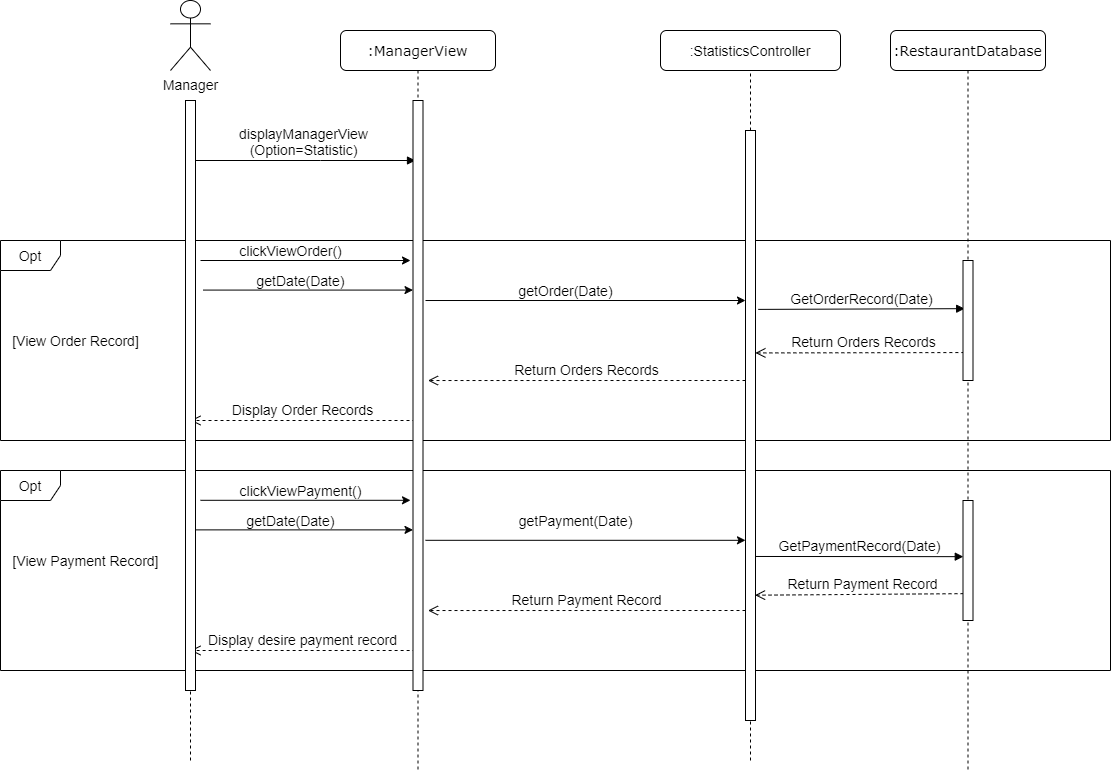
The draw.io diagram Task 2/Task 2.2/View-statistic Sequence.png in phuc16/CNPM, before a commit. Source tidied: cells renumbered, new cells last; positions are measured from the earlier drawing's top-left corner, leaving out a move shared by most shapes.
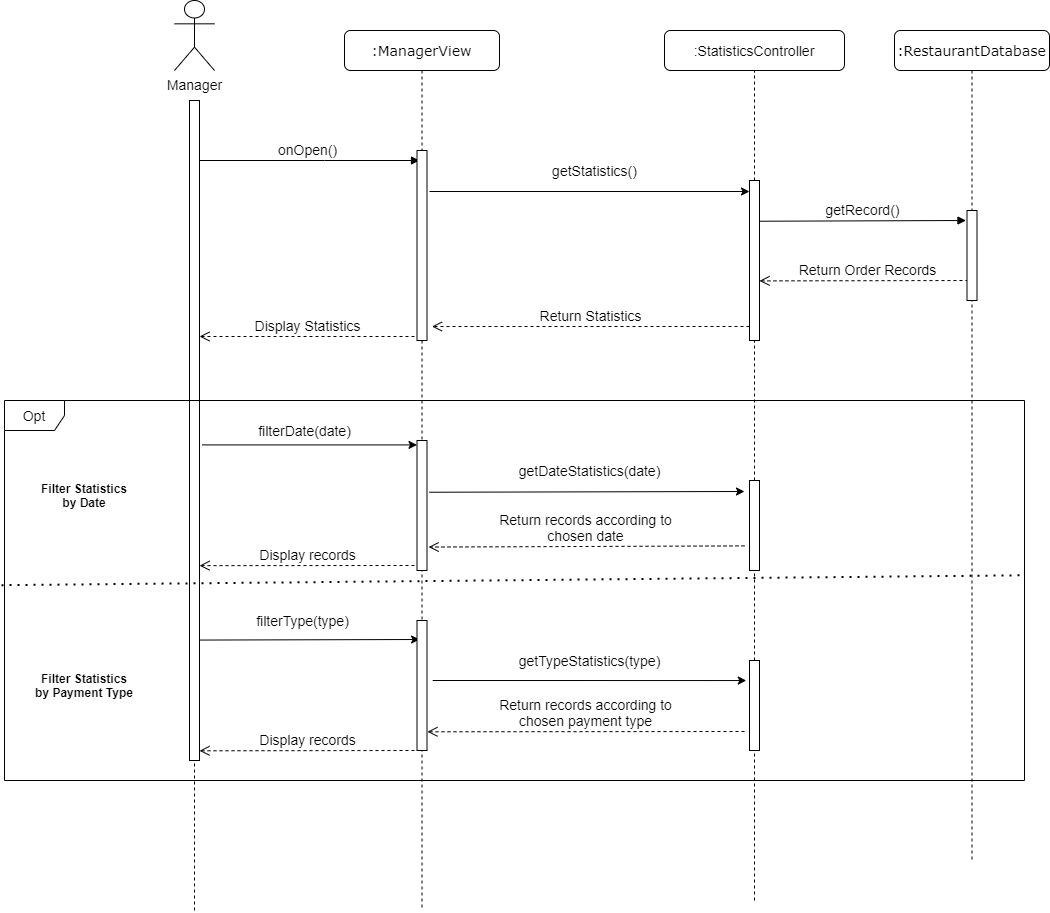
After the change.

Change to the diagram source:
```diff
@@ -2,12 +2,6 @@
   <root>
     <mxCell id="0" />
     <mxCell id="1" parent="0" />
-    <mxCell id="2" value="Opt" style="shape=umlFrame;whiteSpace=wrap;html=1;fontSize=14;" parent="1" vertex="1">
-      <mxGeometry y="470" width="1110" height="200" as="geometry" />
-    </mxCell>
-    <mxCell id="3" value="Opt" style="shape=umlFrame;whiteSpace=wrap;html=1;fontSize=14;" parent="1" vertex="1">
-      <mxGeometry y="240" width="1110" height="200" as="geometry" />
-    </mxCell>
     <mxCell id="4" value="Manager" style="shape=umlActor;verticalLabelPosition=bottom;verticalAlign=top;html=1;fontSize=14;" parent="1" vertex="1">
       <mxGeometry x="170" width="40" height="70" as="geometry" />
     </mxCell>
@@ -16,13 +10,10 @@
         <mxPoint x="190" y="110" as="targetPoint" />
       </mxGeometry>
     </mxCell>
-    <mxCell id="6" value="[View Order Record]" style="text;html=1;align=center;verticalAlign=middle;strokeColor=none;fillColor=none;fontSize=14;" parent="1" vertex="1">
-      <mxGeometry x="5" y="330" width="140" height="20" as="geometry" />
-    </mxCell>
-    <mxCell id="7" value="GetOrderRecord(Date)" style="html=1;verticalAlign=bottom;endArrow=block;exitX=1.27;exitY=0.271;exitDx=0;exitDy=0;exitPerimeter=0;fontSize=14;entryX=0.168;entryY=0.243;entryDx=0;entryDy=0;entryPerimeter=0;" parent="1" edge="1">
+    <mxCell id="7" value="getRecord()" style="html=1;verticalAlign=bottom;endArrow=block;exitX=1.27;exitY=0.271;exitDx=0;exitDy=0;exitPerimeter=0;fontSize=14;entryX=0.168;entryY=0.243;entryDx=0;entryDy=0;entryPerimeter=0;" parent="1" edge="1">
       <mxGeometry relative="1" as="geometry">
-        <mxPoint x="757.7" y="308.9" as="sourcePoint" />
-        <mxPoint x="964.2" y="308.2" as="targetPoint" />
+        <mxPoint x="755" y="220.7" as="sourcePoint" />
+        <mxPoint x="961.5" y="220" as="targetPoint" />
       </mxGeometry>
     </mxCell>
     <mxCell id="8" value=":StatisticsController" style="rounded=1;whiteSpace=wrap;html=1;fontSize=14;" parent="1" vertex="1">
@@ -32,57 +23,33 @@
       <mxGeometry relative="1" as="geometry" />
     </mxCell>
     <mxCell id="10" style="html=1;points=[];perimeter=orthogonalPerimeter;fontSize=14;" parent="1" vertex="1">
-      <mxGeometry x="745" y="130" width="10" height="590" as="geometry" />
+      <mxGeometry x="745" y="180" width="10" height="160" as="geometry" />
     </mxCell>
-    <mxCell id="11" style="endArrow=none;dashed=1;html=1;entryX=0.5;entryY=1;entryDx=0;entryDy=0;startArrow=none;fontSize=14;" parent="1" edge="1" target="10">
-      <mxGeometry relative="1" as="geometry">
-        <mxPoint x="750" y="760" as="sourcePoint" />
-      </mxGeometry>
+    <mxCell id="11" style="endArrow=none;dashed=1;html=1;entryX=0.5;entryY=1;entryDx=0;entryDy=0;startArrow=none;fontSize=14;" parent="1" edge="1" source="51" target="10">
+      <mxGeometry relative="1" as="geometry" />
     </mxCell>
-    <mxCell id="12" value="Return Orders Records" style="html=1;verticalAlign=bottom;endArrow=open;dashed=1;endSize=8;entryX=0.989;entryY=0.377;entryDx=0;entryDy=0;entryPerimeter=0;exitX=-0.014;exitY=0.856;exitDx=0;exitDy=0;exitPerimeter=0;fontSize=14;" parent="1" edge="1" target="10">
+    <mxCell id="12" value="Return Order Records" style="html=1;verticalAlign=bottom;endArrow=open;dashed=1;endSize=8;entryX=0.989;entryY=0.377;entryDx=0;entryDy=0;entryPerimeter=0;exitX=-0.014;exitY=0.856;exitDx=0;exitDy=0;exitPerimeter=0;fontSize=14;" parent="1" edge="1">
       <mxGeometry relative="1" as="geometry">
-        <mxPoint x="969.9" y="352" as="sourcePoint" />
+        <mxPoint x="970" y="280" as="sourcePoint" />
+        <mxPoint x="755" y="280.4" as="targetPoint" />
       </mxGeometry>
     </mxCell>
-    <mxCell id="13" value="GetPaymentRecord(Date)" style="html=1;verticalAlign=bottom;endArrow=block;entryX=0.028;entryY=0.468;entryDx=0;entryDy=0;entryPerimeter=0;exitX=0.905;exitY=0.583;exitDx=0;exitDy=0;exitPerimeter=0;fontSize=14;" parent="1" edge="1" target="37">
-      <mxGeometry relative="1" as="geometry">
-        <mxPoint x="755" y="556" as="sourcePoint" />
-      </mxGeometry>
-    </mxCell>
-    <mxCell id="14" value="[View Payment Record]" style="text;html=1;align=center;verticalAlign=middle;strokeColor=none;fillColor=none;fontSize=14;" parent="1" vertex="1">
-      <mxGeometry x="5" y="550" width="160" height="20" as="geometry" />
-    </mxCell>
-    <mxCell id="15" value="Return Payment Record" style="html=1;verticalAlign=bottom;endArrow=open;dashed=1;endSize=8;exitX=-0.1;exitY=0.985;exitDx=0;exitDy=0;exitPerimeter=0;entryX=0.955;entryY=0.73;entryDx=0;entryDy=0;entryPerimeter=0;fontSize=14;" parent="1" edge="1">
-      <mxGeometry relative="1" as="geometry">
-        <mxPoint x="969" y="593.1" as="sourcePoint" />
-        <mxPoint x="754.5" y="594.7" as="targetPoint" />
-      </mxGeometry>
-    </mxCell>
     <mxCell id="16" style="endArrow=classic;html=1;entryX=0;entryY=0.239;entryDx=0;entryDy=0;entryPerimeter=0;fontSize=14;" parent="1" edge="1">
       <mxGeometry relative="1" as="geometry">
-        <mxPoint x="425" y="300" as="sourcePoint" />
-        <mxPoint x="745" y="300" as="targetPoint" />
+        <mxPoint x="425" y="191" as="sourcePoint" />
+        <mxPoint x="745" y="191" as="targetPoint" />
       </mxGeometry>
     </mxCell>
-    <mxCell id="17" value="Return Payment Record" style="html=1;verticalAlign=bottom;endArrow=open;dashed=1;endSize=8;exitX=-0.116;exitY=0.983;exitDx=0;exitDy=0;exitPerimeter=0;entryX=1.132;entryY=0.936;entryDx=0;entryDy=0;entryPerimeter=0;fontSize=14;" parent="1" edge="1">
-      <mxGeometry relative="1" as="geometry">
-        <mxPoint x="745" y="610" as="sourcePoint" />
-        <mxPoint x="427.5" y="610" as="targetPoint" />
-      </mxGeometry>
-    </mxCell>
-    <mxCell id="18" value="Return Orders Records" style="html=1;verticalAlign=bottom;endArrow=open;dashed=1;endSize=8;exitX=-0.116;exitY=0.983;exitDx=0;exitDy=0;exitPerimeter=0;entryX=1.132;entryY=0.936;entryDx=0;entryDy=0;entryPerimeter=0;fontSize=14;" parent="1" edge="1">
+    <mxCell id="18" value="Return Statistics" style="html=1;verticalAlign=bottom;endArrow=open;dashed=1;endSize=8;exitX=-0.116;exitY=0.983;exitDx=0;exitDy=0;exitPerimeter=0;entryX=1.132;entryY=0.936;entryDx=0;entryDy=0;entryPerimeter=0;fontSize=14;" parent="1" edge="1">
       <mxGeometry relative="1" as="geometry">
-        <mxPoint x="745" y="380" as="sourcePoint" />
-        <mxPoint x="427.5" y="380" as="targetPoint" />
+        <mxPoint x="745" y="326" as="sourcePoint" />
+        <mxPoint x="427.5" y="326" as="targetPoint" />
       </mxGeometry>
     </mxCell>
-    <mxCell id="19" value="getOrder(Date)" style="text;html=1;align=center;verticalAlign=middle;strokeColor=none;fillColor=none;fontSize=14;" parent="1" vertex="1">
-      <mxGeometry x="510" y="280" width="110" height="20" as="geometry" />
+    <mxCell id="19" value="getStatistics()" style="text;html=1;align=center;verticalAlign=middle;strokeColor=none;fillColor=none;fontSize=14;" parent="1" vertex="1">
+      <mxGeometry x="540" y="160" width="100" height="20" as="geometry" />
     </mxCell>
-    <mxCell id="20" value="getPayment(Date)" style="text;html=1;align=center;verticalAlign=middle;strokeColor=none;fillColor=none;fontSize=14;" parent="1" vertex="1">
-      <mxGeometry x="510" y="510" width="130" height="20" as="geometry" />
-    </mxCell>
-    <mxCell id="21" value="displayManagerView&lt;br&gt;(Option=Statistic)" style="html=1;verticalAlign=bottom;endArrow=block;rounded=0;fontSize=14;" parent="1" edge="1">
+    <mxCell id="21" value="onOpen()" style="html=1;verticalAlign=bottom;endArrow=block;rounded=0;fontSize=14;" parent="1" edge="1">
       <mxGeometry relative="1" as="geometry">
         <mxPoint x="190" y="160" as="sourcePoint" />
         <mxPoint x="415" y="160" as="targetPoint" />
@@ -91,81 +58,120 @@
         </Array>
       </mxGeometry>
     </mxCell>
-    <mxCell id="22" value="Display Order Records" style="html=1;verticalAlign=bottom;endArrow=open;dashed=1;endSize=8;rounded=0;fontSize=14;" parent="1" edge="1">
-      <mxGeometry relative="1" as="geometry">
-        <mxPoint x="415" y="420" as="sourcePoint" />
-        <mxPoint x="190" y="420" as="targetPoint" />
-      </mxGeometry>
-    </mxCell>
-    <mxCell id="23" value="Display desire payment record" style="html=1;verticalAlign=bottom;endArrow=open;dashed=1;endSize=8;rounded=0;exitX=0.012;exitY=0.832;exitDx=0;exitDy=0;exitPerimeter=0;fontSize=14;" parent="1" edge="1">
-      <mxGeometry relative="1" as="geometry">
-        <mxPoint x="415.1" y="650" as="sourcePoint" />
-        <mxPoint x="190" y="650" as="targetPoint" />
-      </mxGeometry>
-    </mxCell>
     <mxCell id="24" value=":ManagerView" style="shape=umlLifeline;perimeter=lifelinePerimeter;whiteSpace=wrap;html=1;rounded=1;shadow=0;comic=0;labelBackgroundColor=none;strokeWidth=1;fontFamily=Verdana;fontSize=14;align=center;" parent="1" vertex="1">
-      <mxGeometry x="340" y="30" width="155" height="740" as="geometry" />
+      <mxGeometry x="340" y="30" width="155" height="880" as="geometry" />
     </mxCell>
     <mxCell id="25" style="html=1;perimeter=orthogonalPerimeter;fontSize=14;" parent="1" vertex="1">
-      <mxGeometry x="412.5" y="100" width="10" height="590" as="geometry" />
+      <mxGeometry x="412.5" y="150" width="10" height="190" as="geometry" />
     </mxCell>
     <mxCell id="26" value=":RestaurantDatabase" style="shape=umlLifeline;perimeter=lifelinePerimeter;whiteSpace=wrap;html=1;rounded=1;shadow=0;comic=0;labelBackgroundColor=none;strokeWidth=1;fontFamily=Verdana;fontSize=14;align=center;" parent="1" vertex="1">
-      <mxGeometry x="890" y="30" width="155" height="740" as="geometry" />
+      <mxGeometry x="890" y="30" width="155" height="830" as="geometry" />
     </mxCell>
     <mxCell id="27" style="html=1;perimeter=orthogonalPerimeter;fontSize=14;" parent="1" vertex="1">
-      <mxGeometry x="962.5" y="260" width="10" height="120" as="geometry" />
+      <mxGeometry x="962.5" y="210" width="10" height="90" as="geometry" />
     </mxCell>
-    <mxCell id="28" style="endArrow=classic;html=1;fontSize=14;" parent="1" edge="1">
-      <mxGeometry relative="1" as="geometry">
-        <mxPoint x="200" y="260" as="sourcePoint" />
-        <mxPoint x="410" y="260" as="targetPoint" />
-      </mxGeometry>
-    </mxCell>
     <mxCell id="29" style="html=1;points=[];perimeter=orthogonalPerimeter;fontSize=14;" parent="1" vertex="1">
-      <mxGeometry x="185" y="100" width="10" height="590" as="geometry" />
+      <mxGeometry x="185" y="100" width="10" height="660" as="geometry" />
     </mxCell>
     <mxCell id="30" style="endArrow=none;dashed=1;html=1;startArrow=none;fontSize=14;" parent="1" edge="1" target="29">
       <mxGeometry relative="1" as="geometry">
-        <mxPoint x="190" y="760" as="sourcePoint" />
+        <mxPoint x="190" y="910" as="sourcePoint" />
       </mxGeometry>
     </mxCell>
-    <mxCell id="31" value="clickViewOrder()" style="text;html=1;align=center;verticalAlign=middle;strokeColor=none;fillColor=none;fontSize=14;" parent="1" vertex="1">
-      <mxGeometry x="230" y="240" width="120" height="20" as="geometry" />
-    </mxCell>
-    <mxCell id="32" style="endArrow=classic;html=1;fontSize=14;" parent="1" edge="1">
-      <mxGeometry relative="1" as="geometry">
-        <mxPoint x="202.5" y="289.6" as="sourcePoint" />
-        <mxPoint x="412.5" y="289.6" as="targetPoint" />
-      </mxGeometry>
-    </mxCell>
-    <mxCell id="33" value="getDate(Date)" style="text;html=1;align=center;verticalAlign=middle;strokeColor=none;fillColor=none;fontSize=14;" parent="1" vertex="1">
-      <mxGeometry x="250" y="270" width="100" height="20" as="geometry" />
-    </mxCell>
-    <mxCell id="34" style="endArrow=classic;html=1;entryX=0;entryY=0.239;entryDx=0;entryDy=0;entryPerimeter=0;fontSize=14;" parent="1" edge="1">
-      <mxGeometry relative="1" as="geometry">
-        <mxPoint x="425" y="539.8" as="sourcePoint" />
-        <mxPoint x="745" y="539.8" as="targetPoint" />
-      </mxGeometry>
-    </mxCell>
-    <mxCell id="35" style="endArrow=classic;html=1;fontSize=14;" parent="1" edge="1">
-      <mxGeometry relative="1" as="geometry">
-        <mxPoint x="200" y="499.8" as="sourcePoint" />
-        <mxPoint x="410" y="499.8" as="targetPoint" />
-      </mxGeometry>
-    </mxCell>
-    <mxCell id="36" style="endArrow=classic;html=1;fontSize=14;" parent="1" edge="1" source="29">
-      <mxGeometry relative="1" as="geometry">
-        <mxPoint x="412.5" y="529.4" as="targetPoint" />
-      </mxGeometry>
-    </mxCell>
-    <mxCell id="37" style="html=1;points=[];perimeter=orthogonalPerimeter;fontSize=14;" parent="1" vertex="1">
-      <mxGeometry x="962.5" y="500" width="10" height="120" as="geometry" />
-    </mxCell>
-    <mxCell id="38" value="clickViewPayment()" style="text;html=1;align=center;verticalAlign=middle;strokeColor=none;fillColor=none;fontSize=14;" parent="1" vertex="1">
-      <mxGeometry x="230" y="480" width="140" height="20" as="geometry" />
-    </mxCell>
-    <mxCell id="39" value="getDate(Date)" style="text;html=1;align=center;verticalAlign=middle;strokeColor=none;fillColor=none;fontSize=14;" parent="1" vertex="1">
-      <mxGeometry x="240" y="510" width="100" height="20" as="geometry" />
-    </mxCell>
+    <mxCell id="40" value="Opt" style="shape=umlFrame;whiteSpace=wrap;html=1;fontSize=14;" parent="1" vertex="1">
+      <mxGeometry y="400" width="1020" height="380" as="geometry" />
+    </mxCell>
+    <mxCell id="41" style="endArrow=classic;html=1;fontSize=14;exitX=0.743;exitY=0.594;exitDx=0;exitDy=0;exitPerimeter=0;" parent="1" edge="1">
+      <mxGeometry relative="1" as="geometry">
+        <mxPoint x="195" y="639.6" as="sourcePoint" />
+        <mxPoint x="415.1" y="639" as="targetPoint" />
+      </mxGeometry>
+    </mxCell>
+    <mxCell id="42" value="filterType(type)" style="text;html=1;align=center;verticalAlign=middle;strokeColor=none;fillColor=none;fontSize=14;" parent="1" vertex="1">
+      <mxGeometry x="242.6" y="610" width="110" height="20" as="geometry" />
+    </mxCell>
+    <mxCell id="43" style="endArrow=classic;html=1;fontSize=14;" parent="1" edge="1">
+      <mxGeometry relative="1" as="geometry">
+        <mxPoint x="197.5" y="444.4" as="sourcePoint" />
+        <mxPoint x="412.5" y="444.4" as="targetPoint" />
+      </mxGeometry>
+    </mxCell>
+    <mxCell id="44" value="filterDate(date)" style="text;html=1;align=center;verticalAlign=middle;strokeColor=none;fillColor=none;fontSize=14;" parent="1" vertex="1">
+      <mxGeometry x="245" y="420" width="110" height="20" as="geometry" />
+    </mxCell>
+    <mxCell id="45" value="Return records according to&lt;br&gt;chosen date" style="html=1;verticalAlign=bottom;endArrow=open;dashed=1;endSize=8;rounded=0;fontSize=14;entryX=1.162;entryY=0.935;entryDx=0;entryDy=0;entryPerimeter=0;" parent="1" edge="1">
+      <mxGeometry relative="1" as="geometry">
+        <mxPoint x="740" y="545.4" as="sourcePoint" />
+        <mxPoint x="424.1" y="546.6" as="targetPoint" />
+      </mxGeometry>
+    </mxCell>
+    <mxCell id="46" value="Return records according to&lt;br&gt;chosen payment type" style="html=1;verticalAlign=bottom;endArrow=open;dashed=1;endSize=8;rounded=0;fontSize=14;entryX=1.044;entryY=0.856;entryDx=0;entryDy=0;entryPerimeter=0;" parent="1" edge="1" target="56">
+      <mxGeometry relative="1" as="geometry">
+        <mxPoint x="740" y="731" as="sourcePoint" />
+      </mxGeometry>
+    </mxCell>
+    <mxCell id="47" style="endArrow=classic;html=1;rounded=0;exitX=1.217;exitY=0.398;exitDx=0;exitDy=0;exitPerimeter=0;" parent="1" edge="1" source="55">
+      <mxGeometry relative="1" as="geometry">
+        <mxPoint x="740" y="491" as="targetPoint" />
+      </mxGeometry>
+    </mxCell>
+    <mxCell id="48" value="getDateStatistics(date)" style="text;html=1;align=center;verticalAlign=middle;strokeColor=none;fillColor=none;fontSize=14;" parent="1" vertex="1">
+      <mxGeometry x="505" y="460" width="160" height="20" as="geometry" />
+    </mxCell>
+    <mxCell id="49" style="endArrow=classic;html=1;rounded=0;entryX=-0.141;entryY=0.477;entryDx=0;entryDy=0;entryPerimeter=0;" parent="1" edge="1">
+      <mxGeometry relative="1" as="geometry">
+        <mxPoint x="428.2" y="680" as="sourcePoint" />
+        <mxPoint x="741.8" y="680" as="targetPoint" />
+      </mxGeometry>
+    </mxCell>
+    <mxCell id="50" value="getTypeStatistics(type)" style="text;html=1;align=center;verticalAlign=middle;strokeColor=none;fillColor=none;fontSize=14;" parent="1" vertex="1">
+      <mxGeometry x="505" y="650" width="160" height="20" as="geometry" />
+    </mxCell>
+    <mxCell id="51" style="html=1;points=[];perimeter=orthogonalPerimeter;fontSize=14;" parent="1" vertex="1">
+      <mxGeometry x="745" y="480" width="10" height="90" as="geometry" />
+    </mxCell>
+    <mxCell id="52" style="endArrow=none;dashed=1;html=1;entryX=0.5;entryY=1;entryDx=0;entryDy=0;startArrow=none;fontSize=14;" parent="1" edge="1" source="53" target="51">
+      <mxGeometry relative="1" as="geometry" />
+    </mxCell>
+    <mxCell id="53" style="html=1;points=[];perimeter=orthogonalPerimeter;fontSize=14;" parent="1" vertex="1">
+      <mxGeometry x="745" y="660" width="10" height="90" as="geometry" />
+    </mxCell>
+    <mxCell id="54" style="endArrow=none;dashed=1;html=1;entryX=0.5;entryY=1;entryDx=0;entryDy=0;startArrow=none;fontSize=14;" parent="1" edge="1" target="53">
+      <mxGeometry relative="1" as="geometry">
+        <mxPoint x="750" y="900" as="sourcePoint" />
+      </mxGeometry>
+    </mxCell>
+    <mxCell id="55" style="html=1;points=[];perimeter=orthogonalPerimeter;fontSize=14;" parent="1" vertex="1">
+      <mxGeometry x="412.5" y="440" width="10" height="130" as="geometry" />
+    </mxCell>
+    <mxCell id="56" style="html=1;points=[];perimeter=orthogonalPerimeter;fontSize=14;" parent="1" vertex="1">
+      <mxGeometry x="412.5" y="620" width="10" height="130" as="geometry" />
+    </mxCell>
+    <mxCell id="57" value="&lt;b&gt;Filter Statistics&lt;br&gt;by Date&lt;br&gt;&lt;/b&gt;" style="text;html=1;strokeColor=none;fillColor=none;align=center;verticalAlign=middle;whiteSpace=wrap;rounded=0;" parent="1" vertex="1">
+      <mxGeometry x="30" y="450" width="100" height="90" as="geometry" />
+    </mxCell>
+    <mxCell id="58" style="endArrow=none;dashed=1;html=1;dashPattern=1 3;strokeWidth=2;rounded=0;exitX=-0.003;exitY=0.486;exitDx=0;exitDy=0;exitPerimeter=0;entryX=0.999;entryY=0.46;entryDx=0;entryDy=0;entryPerimeter=0;" parent="1" edge="1" source="40" target="40">
+      <mxGeometry relative="1" as="geometry" />
+    </mxCell>
+    <mxCell id="59" value="&lt;b&gt;Filter Statistics&lt;br&gt;by Payment Type&lt;br&gt;&lt;/b&gt;" style="text;html=1;strokeColor=none;fillColor=none;align=center;verticalAlign=middle;whiteSpace=wrap;rounded=0;" parent="1" vertex="1">
+      <mxGeometry x="30" y="640" width="100" height="90" as="geometry" />
+    </mxCell>
+    <mxCell id="60" value="Display records" style="html=1;verticalAlign=bottom;endArrow=open;dashed=1;endSize=8;rounded=0;fontSize=14;entryX=1.162;entryY=0.935;entryDx=0;entryDy=0;entryPerimeter=0;" parent="1" edge="1">
+      <mxGeometry relative="1" as="geometry">
+        <mxPoint x="410" y="565" as="sourcePoint" />
+        <mxPoint x="195" y="565.1" as="targetPoint" />
+      </mxGeometry>
+    </mxCell>
+    <mxCell id="61" value="Display records" style="html=1;verticalAlign=bottom;endArrow=open;dashed=1;endSize=8;rounded=0;fontSize=14;entryX=1.044;entryY=0.856;entryDx=0;entryDy=0;entryPerimeter=0;" parent="1" edge="1">
+      <mxGeometry relative="1" as="geometry">
+        <mxPoint x="410" y="750" as="sourcePoint" />
+        <mxPoint x="195" y="750.3" as="targetPoint" />
+      </mxGeometry>
+    </mxCell>
+    <mxCell id="62" value="Display Statistics" style="html=1;verticalAlign=bottom;endArrow=open;dashed=1;endSize=8;fontSize=14;" parent="1" edge="1" target="29">
+      <mxGeometry relative="1" as="geometry">
+        <mxPoint x="410" y="336" as="sourcePoint" />
+      </mxGeometry>
+    </mxCell>
   </root>
 </mxGraphModel>
```
